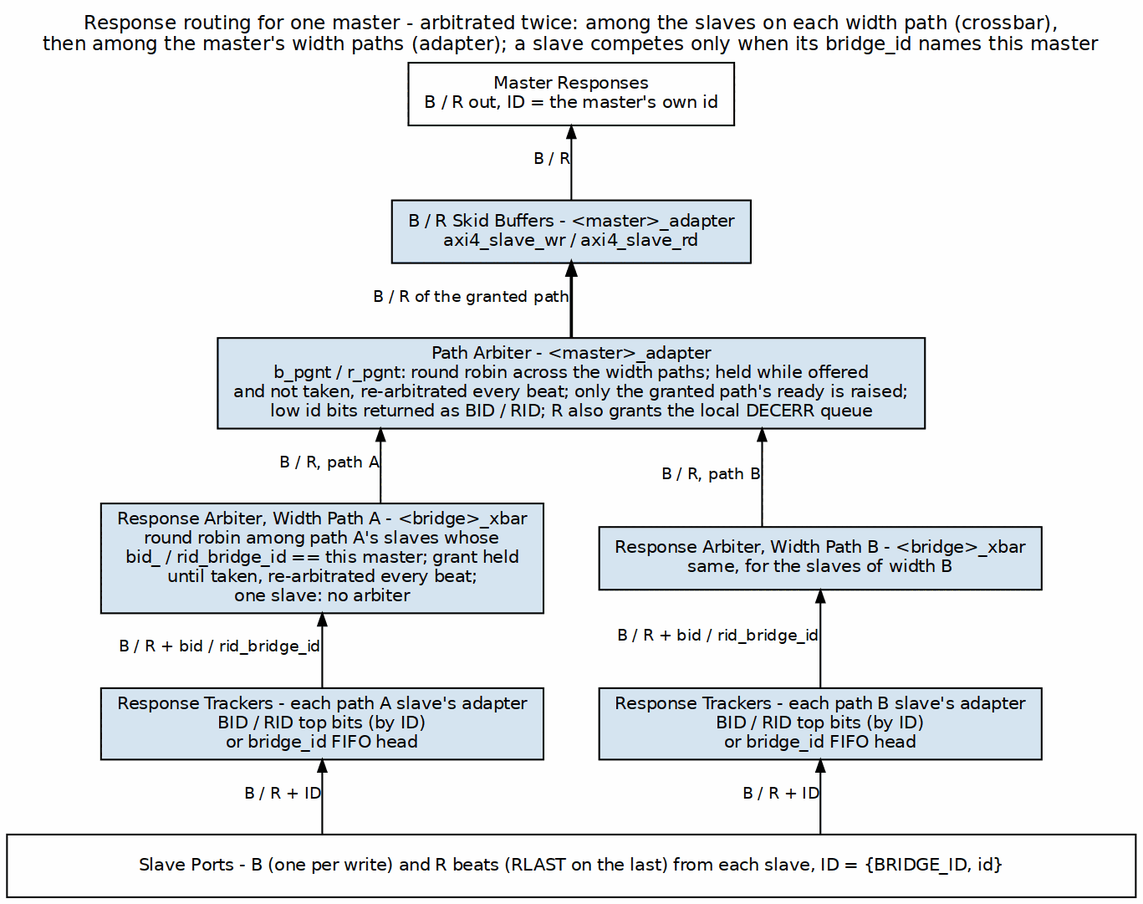
Before: projects/components/fabric-gen-ip/bridge/docs/bridge_mas/assets/graphviz/response_routing.png, a diagram exported from Graphviz (sean-galloway/RTLDesignSherpa). Its source is kept beside it as projects/components/fabric-gen-ip/bridge/docs/bridge_mas/assets/graphviz/response_routing.dot.
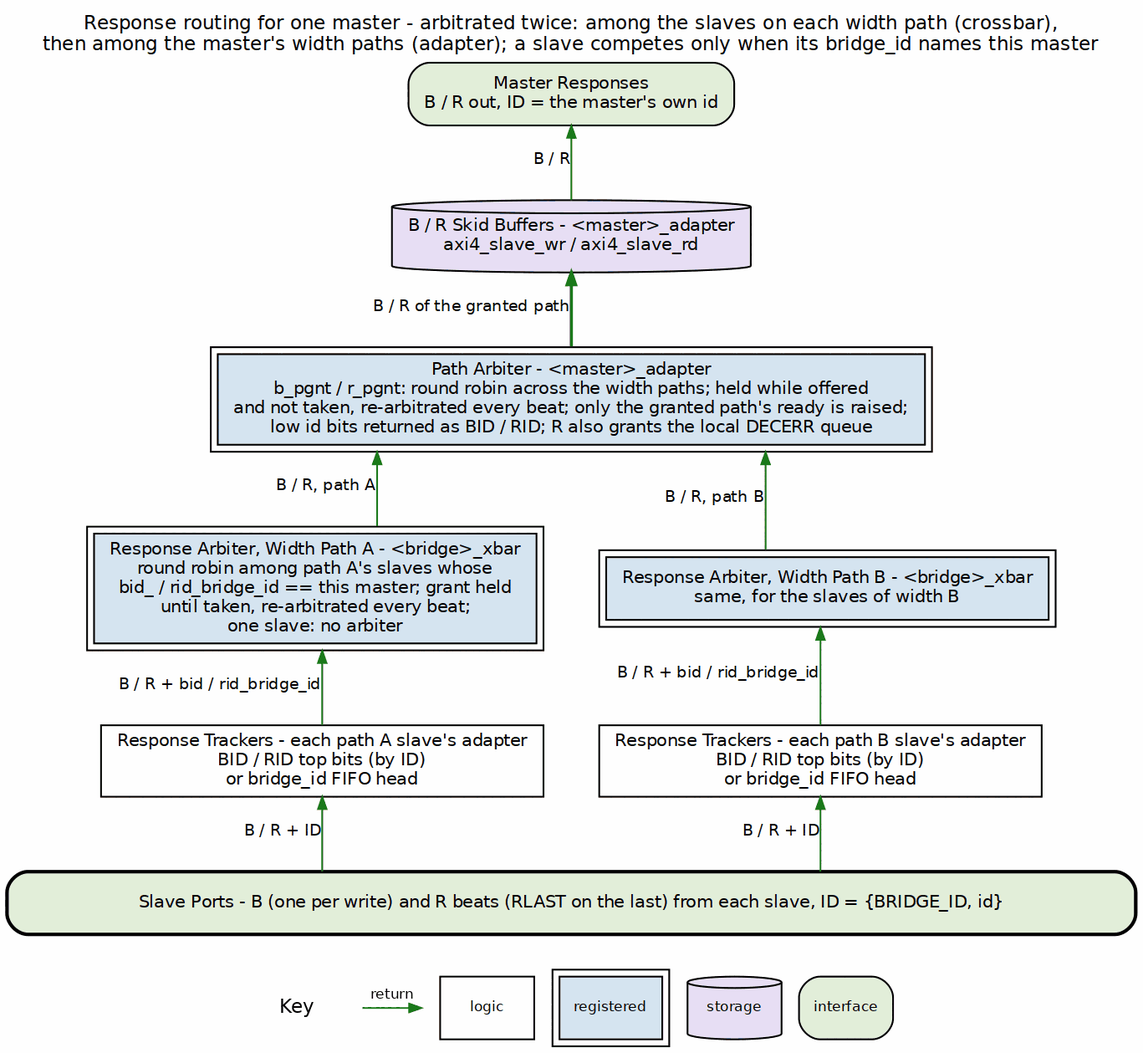
After the change.

Change to the diagram source:
```diff
@@ -3,28 +3,28 @@
            nodesep="0.45", ranksep="0.60", splines=ortho, labelloc=t,
            label="Response routing for one master - arbitrated twice: among the slaves on each width path (crossbar),\nthen among the master's width paths (adapter); a slave competes only when its bridge_id names this master"];
     node  [fontname="Helvetica", fontsize=10, shape=box, style=filled,
-           fillcolor="#D6E4F0", color="black", margin="0.12,0.06"];
+           fillcolor="white", color="black", margin="0.12,0.06"];
     edge  [fontname="Helvetica", fontsize=9, color="black", arrowsize=0.7];
 
-    port [label="Master Responses\nB / R out, ID = the master's own id", fillcolor="white"];
-    skid [label="B / R Skid Buffers - <master>_adapter\naxi4_slave_wr / axi4_slave_rd"];
-    msel [label="Path Arbiter - <master>_adapter\nb_pgnt / r_pgnt: round robin across the width paths; held while offered\nand not taken, re-arbitrated every beat; only the granted path's ready is raised;\nlow id bits returned as BID / RID; R also grants the local DECERR queue"];
-    p0 [label="Response Arbiter, Width Path A - <bridge>_xbar\nround robin among path A's slaves whose\nbid_ / rid_bridge_id == this master; grant held\nuntil taken, re-arbitrated every beat;\none slave: no arbiter"];
-    pn [label="Response Arbiter, Width Path B - <bridge>_xbar\nsame, for the slaves of width B"];
+    port [label="Master Responses\nB / R out, ID = the master's own id", fillcolor="white", style="rounded,filled", fillcolor="#E2EFDA"];
+    skid [label="B / R Skid Buffers - <master>_adapter\naxi4_slave_wr / axi4_slave_rd", shape=cylinder, style="filled", fillcolor="#E8DFF5"];
+    msel [label="Path Arbiter - <master>_adapter\nb_pgnt / r_pgnt: round robin across the width paths; held while offered\nand not taken, re-arbitrated every beat; only the granted path's ready is raised;\nlow id bits returned as BID / RID; R also grants the local DECERR queue", peripheries=2, style="filled", fillcolor="#D6E4F0"];
+    p0 [label="Response Arbiter, Width Path A - <bridge>_xbar\nround robin among path A's slaves whose\nbid_ / rid_bridge_id == this master; grant held\nuntil taken, re-arbitrated every beat;\none slave: no arbiter", peripheries=2, style="filled", fillcolor="#D6E4F0"];
+    pn [label="Response Arbiter, Width Path B - <bridge>_xbar\nsame, for the slaves of width B", peripheries=2, style="filled", fillcolor="#D6E4F0"];
     { rank=same; p0; pn; }
     p0 -> pn [style=invis];
-    t0 [label="Response Trackers - each path A slave's adapter\nBID / RID top bits (by ID)\nor bridge_id FIFO head"];
-    tn [label="Response Trackers - each path B slave's adapter\nBID / RID top bits (by ID)\nor bridge_id FIFO head"];
+    t0 [label="Response Trackers - each path A slave's adapter\nBID / RID top bits (by ID)\nor bridge_id FIFO head", style="filled", fillcolor="white"];
+    tn [label="Response Trackers - each path B slave's adapter\nBID / RID top bits (by ID)\nor bridge_id FIFO head", style="filled", fillcolor="white"];
     { rank=same; t0; tn; }
     t0 -> tn [style=invis];
-    bar [label="Slave Ports - B (one per write) and R beats (RLAST on the last) from each slave, ID = {BRIDGE_ID, id}", fillcolor="white", width=9];
+    bar [label="Slave Ports - B (one per write) and R beats (RLAST on the last) from each slave, ID = {BRIDGE_ID, id}", fillcolor="white", width=9, style="rounded,filled,bold", fillcolor="#E2EFDA"];
 
-    port -> skid [dir=back, xlabel="B / R"];
-    skid -> msel [dir=back, xlabel="B / R of the granted path", penwidth=1.8];
-    msel -> p0 [dir=back, xlabel="B / R, path A"];
-    msel -> pn [dir=back, xlabel="B / R, path B"];
-    p0 -> t0 [dir=back, xlabel="B / R + bid / rid_bridge_id"];
-    pn -> tn [dir=back, xlabel="B / R + bid / rid_bridge_id"];
-    t0 -> bar [dir=back, xlabel="B / R + ID"];
-    tn -> bar [dir=back, xlabel="B / R + ID"];
+    port -> skid [color="#1A7A1A", dir=back, xlabel="B / R"];
+    skid -> msel [color="#1A7A1A", dir=back, xlabel="B / R of the granted path", penwidth=1.8];
+    msel -> p0 [color="#1A7A1A", dir=back, xlabel="B / R, path A"];
+    msel -> pn [color="#1A7A1A", dir=back, xlabel="B / R, path B"];
+    p0 -> t0 [color="#1A7A1A", dir=back, xlabel="B / R + bid / rid_bridge_id"];
+    pn -> tn [color="#1A7A1A", dir=back, xlabel="B / R + bid / rid_bridge_id"];
+    t0 -> bar [color="#1A7A1A", dir=back, xlabel="B / R + ID"];
+    tn -> bar [color="#1A7A1A", dir=back, xlabel="B / R + ID"];
 }
```
